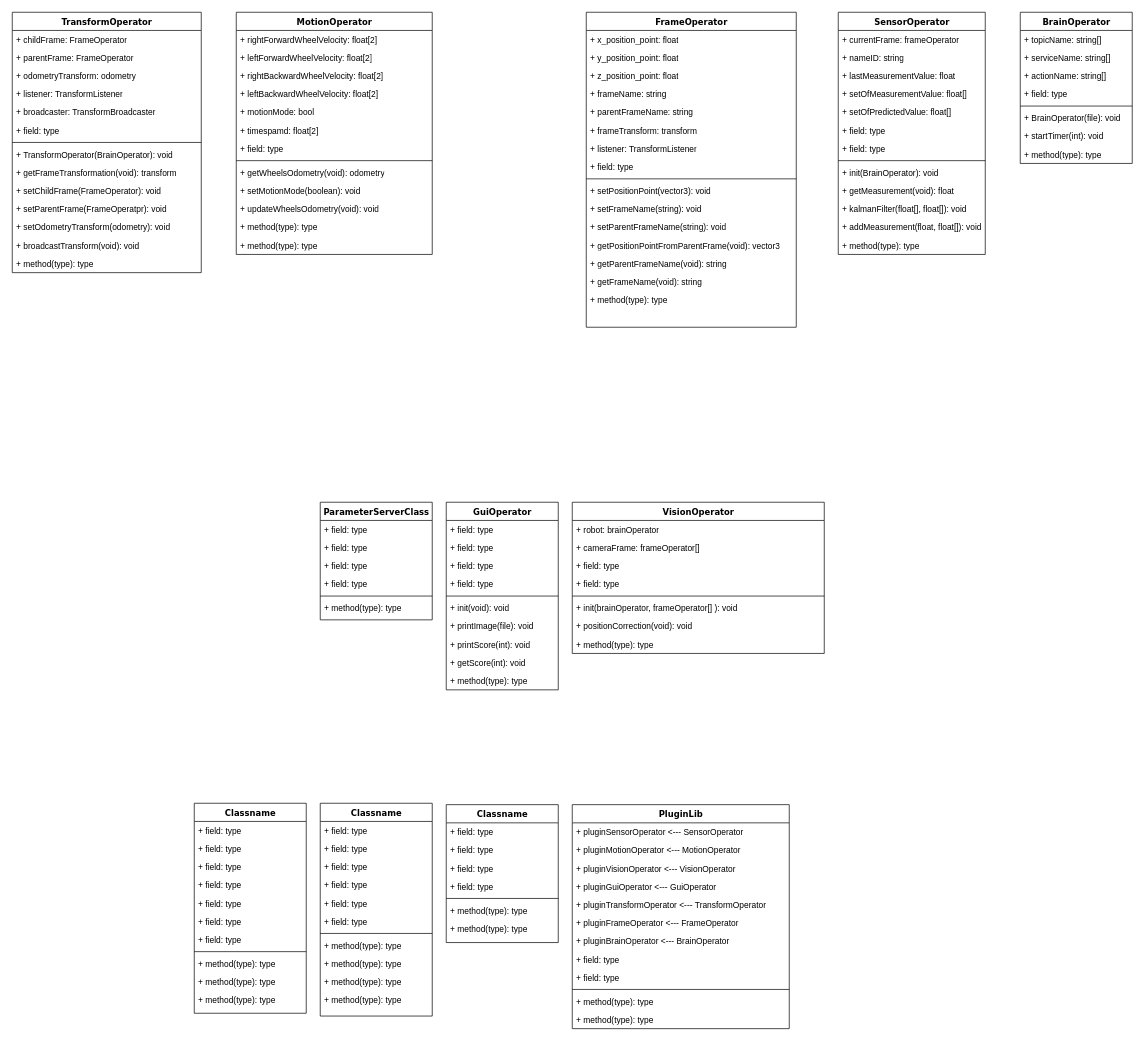
Before: software/software_class_diagram.drawio in Betamax58/coupe-de-france, a draw.io diagram. Source tidied: cells renumbered, new cells numbered last; positions are measured from the earlier drawing's top-left corner, leaving out a move shared by most shapes. Both pictures are drawn from the tidied source at 70%, with x=0, y=0 at pixel (12, 12).
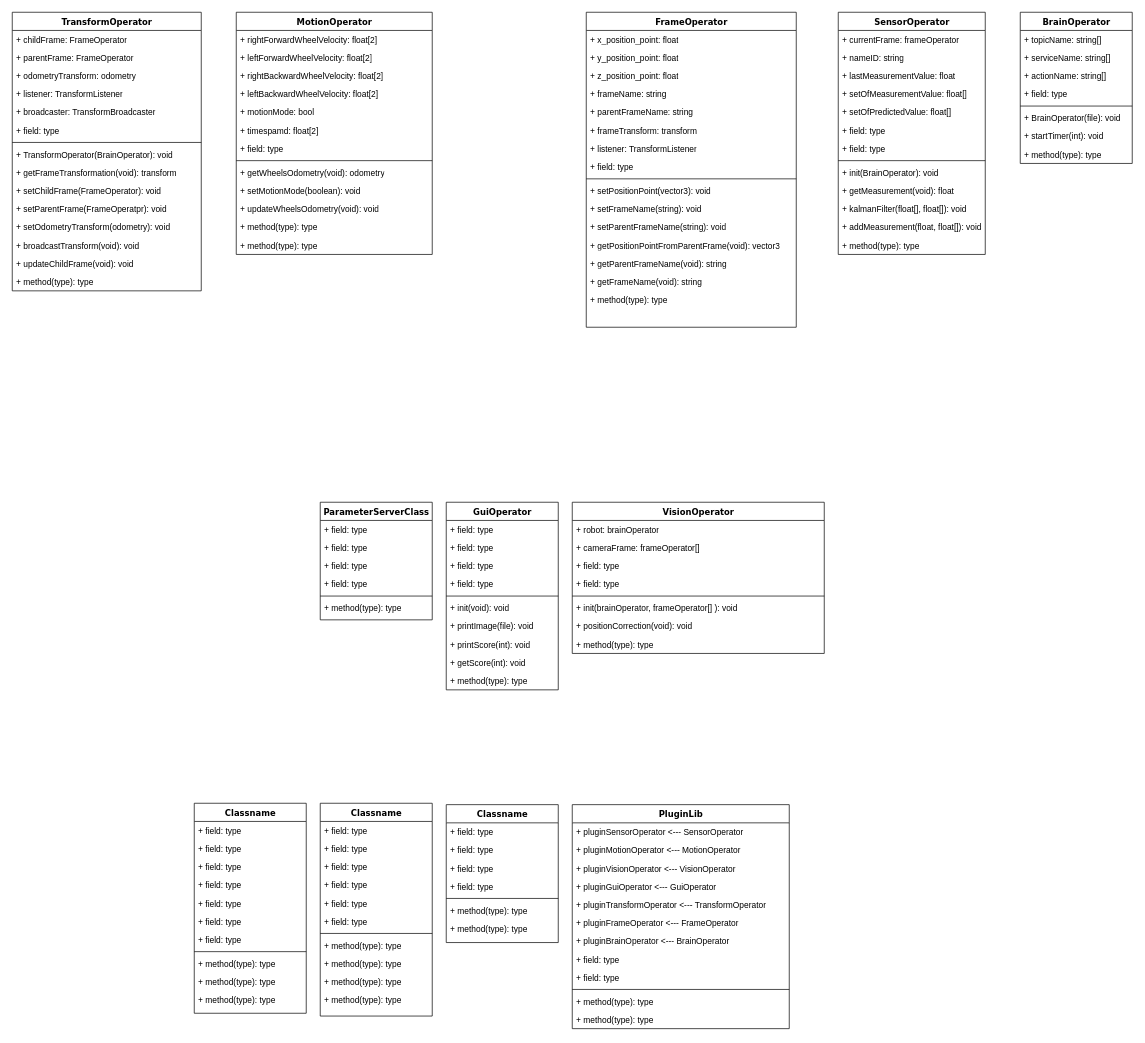
Above is the later version.

Commit message:
Mettre à jour software_class_diagram.drawio

What changed in the source:
```diff
@@
     <mxCell id="2" value="TransformOperator" style="swimlane;html=1;fontStyle=1;align=center;verticalAlign=top;horizontal=1;startSize=26;swimlaneFillColor=#ffffff;rounded=0;shadow=0;comic=0;labelBackgroundColor=none;strokeWidth=1;fillColor=none;fontFamily=Verdana;fontSize=12;" parent="1" vertex="1">
-      <mxGeometry width="270" height="372" as="geometry" />
+      <mxGeometry width="270" height="398" as="geometry" />
     </mxCell>
@@
+    <mxCell id="143" value="+ updateChildFrame(void): void" style="text;html=1;strokeColor=none;fillColor=none;align=left;verticalAlign=top;spacingLeft=4;spacingRight=4;whiteSpace=wrap;overflow=hidden;" parent="2" vertex="1">
+      <mxGeometry y="346" width="270" height="26" as="geometry" />
+    </mxCell>
     <mxCell id="16" value="+ method(type): type" style="text;html=1;strokeColor=none;fillColor=none;align=left;verticalAlign=top;spacingLeft=4;spacingRight=4;whiteSpace=wrap;overflow=hidden;" parent="2" vertex="1">
-      <mxGeometry y="346" width="270" height="26" as="geometry" />
+      <mxGeometry y="372" width="270" height="26" as="geometry" />
     </mxCell>
```
